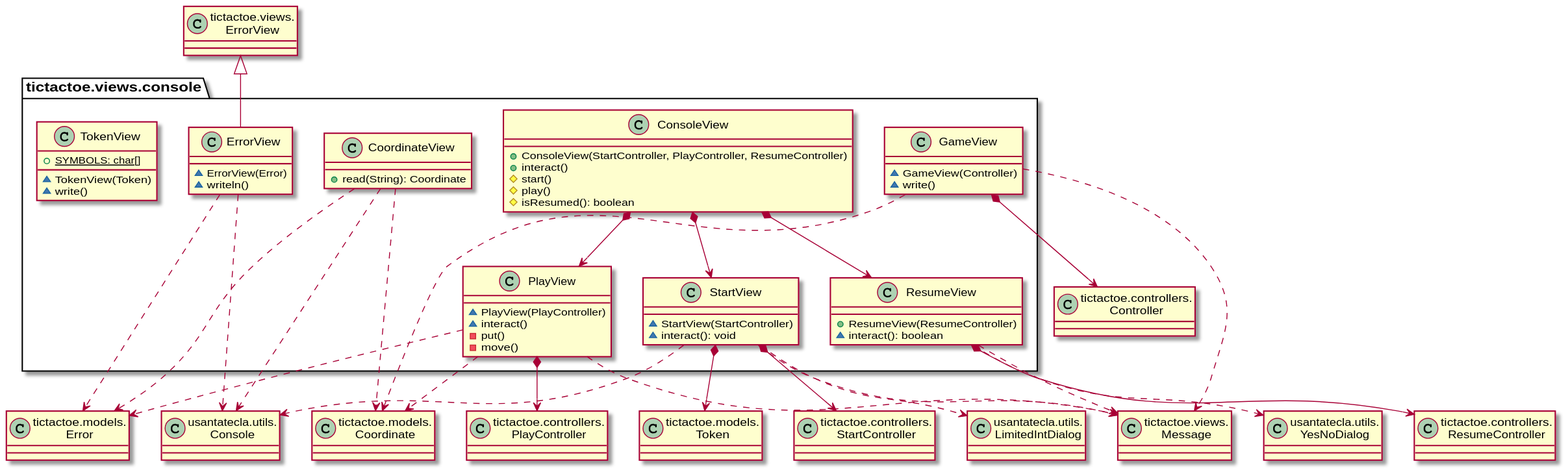
Jolucaa/USantaTecla-project-ticTacToe keeps this PlantUML diagram as modelViewPresenter/presentationModel/basic/docs/diagrams/out/paquetes/paqueteTicTacToeViewsConsole.svg. Above is the earlier version.
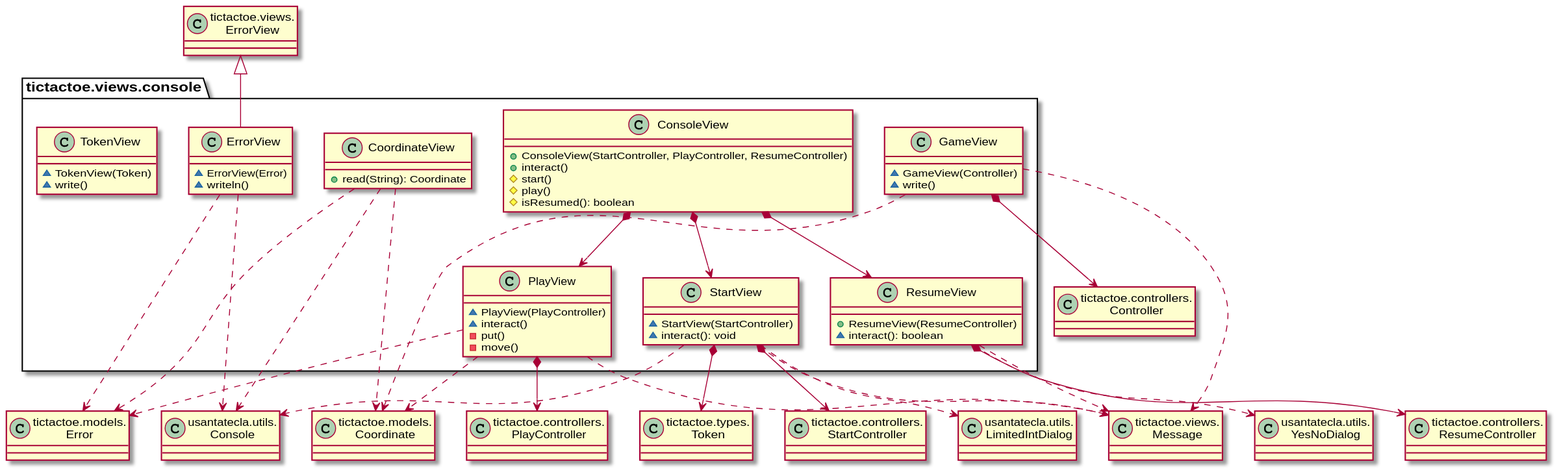
The same diagram one commit later.

Diff of the diagram source:
```diff
@@ -8,7 +8,7 @@
 class YesNoDialog as "usantatecla.utils.\nYesNoDialog" {}
 class StartController as "tictactoe.controllers.\nStartController" {}
 class LimitedIntDialog as "usantatecla.utils.\nLimitedIntDialog" {}
-class Token as "tictactoe.models.\nToken" {}
+class Token as "tictactoe.types.\nToken" {}
 class Message as "tictactoe.views.\nMessage" {}
 class ErrorView as "tictactoe.views.\nErrorView" {}
 
@@ -77,7 +77,6 @@
 tictactoe.views.console.StartView .down.> LimitedIntDialog
 
 class tictactoe.views.console.TokenView{
-+ {static} SYMBOLS: char[]
 ~ TokenView(Token)
 ~ write()
 }
```
